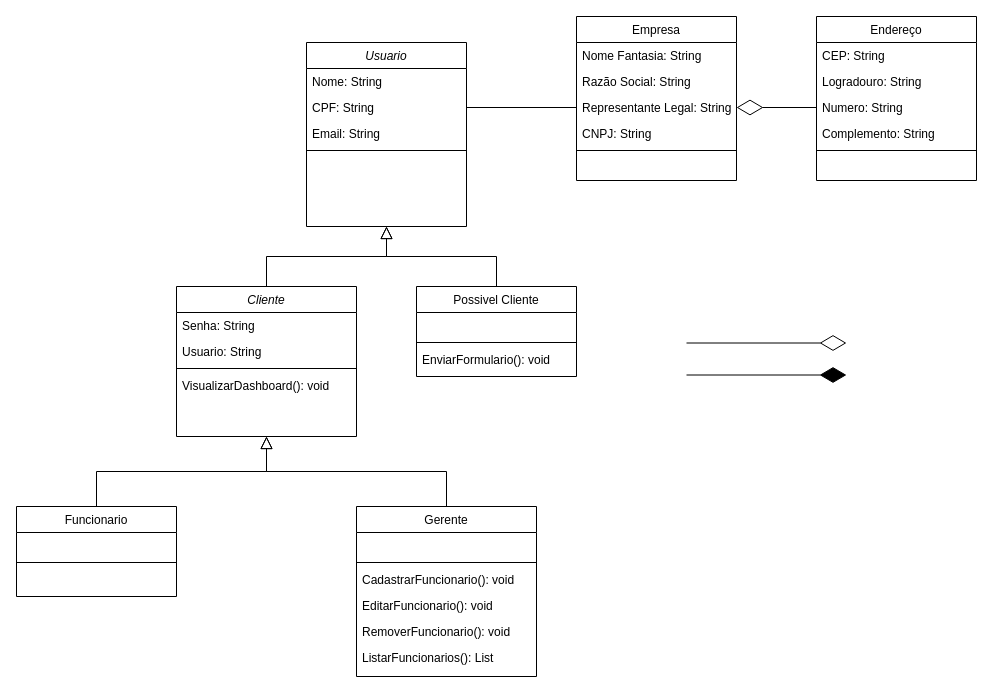
Before: Diagramas/Diagrama Classes Sistema.drawio in ViniEguchi/FYNX, a draw.io diagram. Source tidied: cells renumbered, new cells numbered last; positions are measured from the earlier drawing's top-left corner, leaving out a move shared by most shapes. Both pictures are drawn from the tidied source at 100%, with x=0, y=0 at pixel (16, 16).
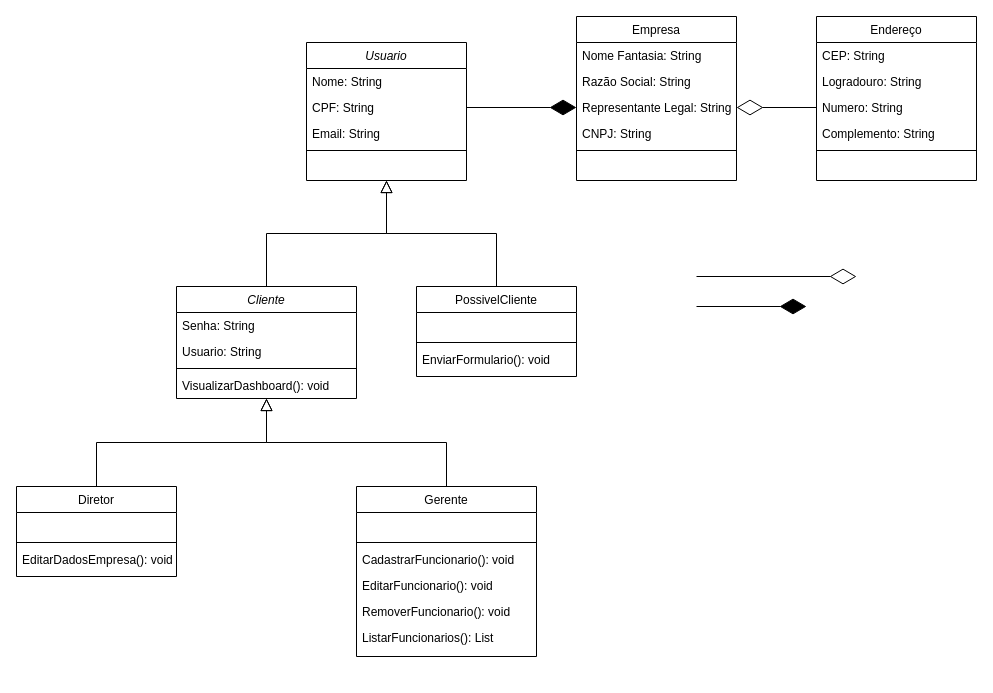
The same diagram, later.

Commit message (it also covers changes not shown here):
fix: melhoria do diagrama

The change refers to these unchanged cells:
```xml
<mxCell id="4" value="CPF: String" style="text;align=left;verticalAlign=top;spacingLeft=4;spacingRight=4;overflow=hidden;points=[[0,0.5],[1,0.5]];portConstraint=eastwest;rounded=0;shadow=0;html=0;" parent="2" vertex="1">
  <mxGeometry y="52" width="160" height="26" as="geometry" />
</mxCell>
<mxCell id="21" value="Representante Legal: String" style="text;align=left;verticalAlign=top;spacingLeft=4;spacingRight=4;overflow=hidden;points=[[0,0.5],[1,0.5]];portConstraint=eastwest;rounded=0;shadow=0;html=0;" parent="18" vertex="1">
  <mxGeometry y="78" width="160" height="26" as="geometry" />
</mxCell>
```

The edit, as a diff of the source:
```diff
@@
     <mxCell id="2" value="Usuario" style="swimlane;fontStyle=2;align=center;verticalAlign=top;horizontal=1;startSize=26;rounded=0;shadow=0;strokeWidth=1;" parent="1" vertex="1">
-      <mxGeometry x="290" y="26" width="160" height="184" as="geometry" />
+      <mxGeometry x="290" y="26" width="160" height="138" as="geometry" />
     </mxCell>
@@
-    <mxCell id="9" value="Funcionario" style="swimlane;fontStyle=0;align=center;verticalAlign=top;horizontal=1;startSize=26;rounded=0;shadow=0;strokeWidth=1;" parent="1" vertex="1">
-      <mxGeometry y="490" width="160" height="90" as="geometry" />
+    <mxCell id="9" value="Diretor" style="swimlane;fontStyle=0;align=center;verticalAlign=top;horizontal=1;startSize=26;rounded=0;shadow=0;strokeWidth=1;" parent="1" vertex="1">
+      <mxGeometry y="470" width="160" height="90" as="geometry" />
     </mxCell>
@@
+    <mxCell id="49" value="EditarDadosEmpresa(): void" style="text;align=left;verticalAlign=top;spacingLeft=4;spacingRight=4;overflow=hidden;" parent="9" vertex="1">
+      <mxGeometry y="60" width="160" height="26" as="geometry" />
+    </mxCell>
@@
-    <mxCell id="13" value="Possivel Cliente" style="swimlane;fontStyle=0;align=center;verticalAlign=top;horizontal=1;startSize=26;rounded=0;shadow=0;strokeWidth=1;" parent="1" vertex="1">
+    <mxCell id="13" value="PossivelCliente" style="swimlane;fontStyle=0;align=center;verticalAlign=top;horizontal=1;startSize=26;rounded=0;shadow=0;strokeWidth=1;" parent="1" vertex="1">
       <mxGeometry x="400" y="270" width="160" height="90" as="geometry" />
     </mxCell>
@@
-    <mxCell id="25" style="endArrow=diamondThin;endFill=1;endSize=24;html=1;rounded=0;" parent="1" edge="1">
-      <mxGeometry relative="1" as="geometry">
-        <mxPoint x="670" y="358.5" as="sourcePoint" />
-        <mxPoint x="830" y="358.5" as="targetPoint" />
-      </mxGeometry>
+    <mxCell id="25" style="endArrow=diamondThin;endFill=1;endSize=24;html=1;rounded=0;exitX=1;exitY=0.5;exitDx=0;exitDy=0;entryX=0;entryY=0.5;entryDx=0;entryDy=0;" parent="1" edge="1" source="4" target="21">
+      <mxGeometry relative="1" as="geometry" />
     </mxCell>
     <mxCell id="26" style="endArrow=diamondThin;endFill=0;endSize=24;html=1;rounded=0;" parent="1" edge="1">
       <mxGeometry relative="1" as="geometry">
-        <mxPoint x="670" y="326.5" as="sourcePoint" />
-        <mxPoint x="830" y="326.5" as="targetPoint" />
+        <mxPoint x="680" y="260" as="sourcePoint" />
+        <mxPoint x="840" y="260" as="targetPoint" />
       </mxGeometry>
     </mxCell>
@@
     <mxCell id="36" value="Gerente" style="swimlane;fontStyle=0;align=center;verticalAlign=top;horizontal=1;startSize=26;rounded=0;shadow=0;strokeWidth=1;" parent="1" vertex="1">
-      <mxGeometry x="340" y="490" width="180" height="170" as="geometry" />
+      <mxGeometry x="340" y="470" width="180" height="170" as="geometry" />
     </mxCell>
@@
     <mxCell id="43" value="Cliente" style="swimlane;fontStyle=2;align=center;verticalAlign=top;horizontal=1;startSize=26;rounded=0;shadow=0;strokeWidth=1;" parent="1" vertex="1">
-      <mxGeometry x="160" y="270" width="180" height="150" as="geometry" />
+      <mxGeometry x="160" y="270" width="180" height="112" as="geometry" />
     </mxCell>
@@
-    <mxCell id="48" style="endArrow=none;html=1;rounded=0;exitX=1;exitY=0.5;exitDx=0;exitDy=0;entryX=0;entryY=0.5;entryDx=0;entryDy=0;" parent="1" edge="1" source="4" target="21">
-      <mxGeometry relative="1" as="geometry" />
-    </mxCell>
+    <mxCell id="50" style="endArrow=diamondThin;endFill=1;endSize=24;html=1;rounded=0;exitX=1;exitY=0.5;exitDx=0;exitDy=0;entryX=0;entryY=0.5;entryDx=0;entryDy=0;" parent="1" edge="1">
+      <mxGeometry relative="1" as="geometry">
+        <mxPoint x="680" y="290" as="sourcePoint" />
+        <mxPoint x="790" y="290" as="targetPoint" />
+      </mxGeometry>
+    </mxCell>
```
